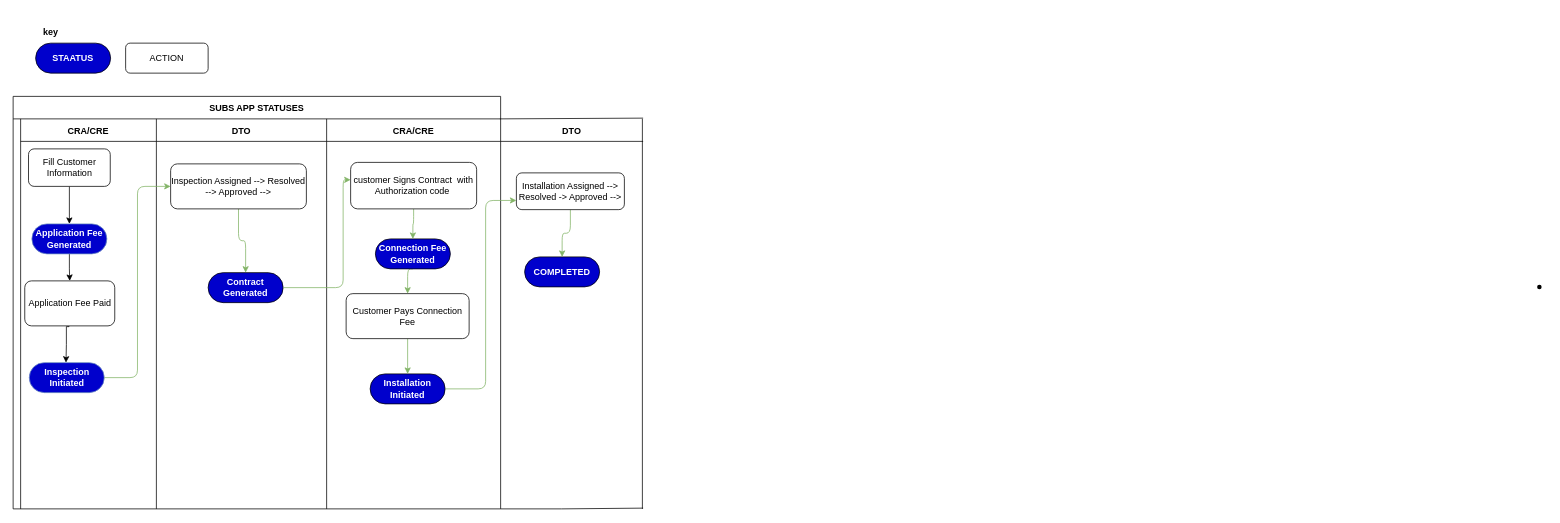
This is ECG UP FLOW.drawio from Kwame-Pitakin/Draw.io, a draw.io file, before an edit. Source tidied: cells renumbered, new cells numbered last; positions are measured from the earlier drawing's top-left corner, leaving out a move shared by most shapes. Both pictures are drawn from the tidied source at 75%, with x=0, y=0 at pixel (13, 20).
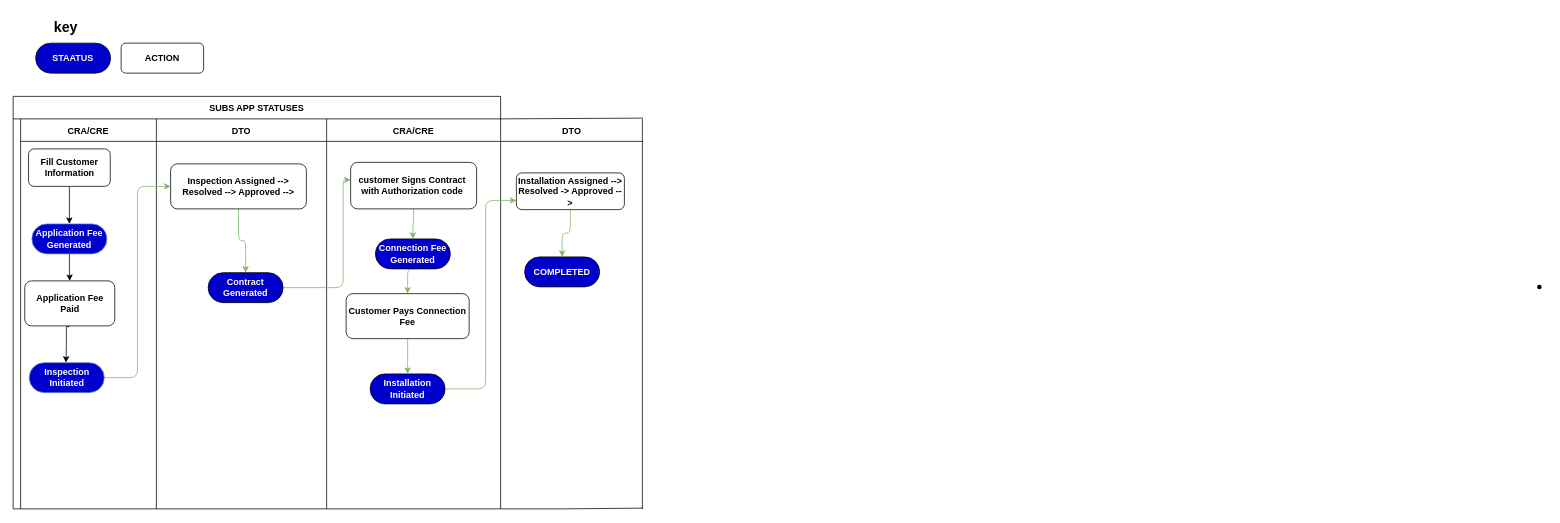
After the change.

Commit message:
Update ECG APP FLOW.drawio

The change refers to these unchanged cells:
```xml
<mxCell id="4" value="CRA/CRE" style="swimlane;swimlaneHead=0;swimlaneBody=0;fillColor=none;startSize=30;fontStyle=1;" parent="3" vertex="1">
  <mxGeometry x="10" width="181" height="520" as="geometry" />
</mxCell>
<mxCell id="13" value="DTO" style="swimlane;swimlaneHead=0;swimlaneBody=0;fillColor=none;startSize=30;fontStyle=1;" parent="3" vertex="1">
  <mxGeometry x="191" width="227" height="520" as="geometry" />
</mxCell>
<mxCell id="17" value="CRA/CRE" style="swimlane;swimlaneHead=0;swimlaneBody=0;fillColor=none;startSize=30;fontStyle=1;" parent="3" vertex="1">
  <mxGeometry x="418" width="232" height="520" as="geometry" />
</mxCell>
<mxCell id="28" value="DTO" style="swimlane;swimlaneHead=0;swimlaneBody=0;fillColor=none;startSize=30;fontStyle=1;" parent="1" vertex="1">
  <mxGeometry x="650" y="131" width="190" height="510" as="geometry" />
</mxCell>
```

Change to the diagram source:
```diff
@@
-    <mxCell id="7" value="Fill Customer Information" style="rounded=1;whiteSpace=wrap;html=1;" parent="4" vertex="1">
+    <mxCell id="7" value="&lt;b&gt;Fill Customer Information&lt;/b&gt;" style="rounded=1;whiteSpace=wrap;html=1;" parent="4" vertex="1">
       <mxGeometry x="10.5" y="40" width="109" height="50" as="geometry" />
     </mxCell>
@@
-    <mxCell id="11" value="Application Fee Paid" style="rounded=1;whiteSpace=wrap;html=1;" parent="4" vertex="1">
+    <mxCell id="11" value="&lt;b&gt;Application Fee Paid&lt;/b&gt;" style="rounded=1;whiteSpace=wrap;html=1;" parent="4" vertex="1">
       <mxGeometry x="5.5" y="216" width="120" height="60" as="geometry" />
     </mxCell>
@@
-    <mxCell id="15" value="Inspection Assigned --&amp;gt; Resolved --&amp;gt; Approved --&amp;gt;" style="rounded=1;whiteSpace=wrap;html=1;" parent="13" vertex="1">
+    <mxCell id="15" value="&lt;b&gt;Inspection Assigned --&amp;gt; Resolved --&amp;gt; Approved --&amp;gt;&lt;/b&gt;" style="rounded=1;whiteSpace=wrap;html=1;" parent="13" vertex="1">
       <mxGeometry x="19" y="60" width="181" height="60" as="geometry" />
     </mxCell>
@@
-    <mxCell id="19" value="customer Signs Contract&amp;nbsp; with Authorization code&amp;nbsp;" style="rounded=1;whiteSpace=wrap;html=1;" parent="17" vertex="1">
+    <mxCell id="19" value="&lt;b&gt;customer Signs Contract&amp;nbsp; with Authorization code&amp;nbsp;&lt;/b&gt;" style="rounded=1;whiteSpace=wrap;html=1;" parent="17" vertex="1">
       <mxGeometry x="32" y="58" width="168" height="62" as="geometry" />
     </mxCell>
@@
-    <mxCell id="23" value="Customer Pays Connection Fee" style="rounded=1;whiteSpace=wrap;html=1;" parent="17" vertex="1">
+    <mxCell id="23" value="&lt;b&gt;Customer Pays Connection Fee&lt;/b&gt;" style="rounded=1;whiteSpace=wrap;html=1;" parent="17" vertex="1">
       <mxGeometry x="26" y="233" width="164" height="60" as="geometry" />
     </mxCell>
@@
-    <mxCell id="30" value="Installation Assigned --&amp;gt; Resolved -&amp;gt; Approved --&amp;gt;" style="rounded=1;whiteSpace=wrap;html=1;" parent="28" vertex="1">
+    <mxCell id="30" value="&lt;b&gt;Installation Assigned --&amp;gt; Resolved -&amp;gt; Approved --&amp;gt;&lt;/b&gt;" style="rounded=1;whiteSpace=wrap;html=1;" parent="28" vertex="1">
       <mxGeometry x="21" y="72" width="144" height="49" as="geometry" />
     </mxCell>
@@
-    <mxCell id="37" value="ACTION" style="rounded=1;whiteSpace=wrap;html=1;" parent="1" vertex="1">
-      <mxGeometry x="150" y="30" width="110" height="40" as="geometry" />
+    <mxCell id="37" value="&lt;b&gt;ACTION&lt;/b&gt;" style="rounded=1;whiteSpace=wrap;html=1;" parent="1" vertex="1">
+      <mxGeometry x="144" y="30" width="110" height="40" as="geometry" />
     </mxCell>
-    <mxCell id="38" value="&lt;b&gt;key&lt;/b&gt;" style="text;html=1;align=center;verticalAlign=middle;strokeColor=none;fillColor=none;" parent="1" vertex="1">
-      <mxGeometry x="30" width="40" height="30" as="geometry" />
+    <mxCell id="38" value="&lt;b style=&quot;font-size: 19px;&quot;&gt;key&lt;/b&gt;" style="text;html=1;align=center;verticalAlign=middle;strokeColor=none;fillColor=none;fontSize=19;" parent="1" vertex="1">
+      <mxGeometry x="40" y="-10" width="60" height="40" as="geometry" />
     </mxCell>
```
